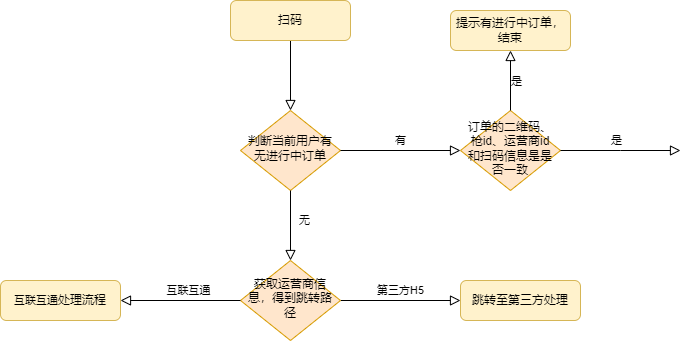
The draw.io diagram png/扫码充电流程.png in ren9901/tourism-j2ee-wx, before a commit. Source tidied: cells renumbered, new cells last; positions are measured from the earlier drawing's top-left corner, leaving out a move shared by most shapes.
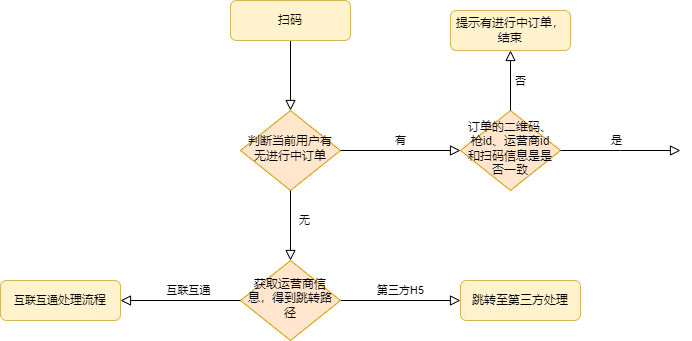
After the commit.

Commit message:
更新扫码充电流程.png

Change to the diagram source:
```diff
@@ -58,9 +58,9 @@
     <mxCell id="17" style="rounded=0;html=1;jettySize=auto;fontSize=11;endArrow=block;endFill=0;endSize=8;strokeWidth=1;shadow=0;labelBackgroundColor=none;edgeStyle=orthogonalEdgeStyle;exitX=0.5;exitY=0;exitDx=0;exitDy=0;entryX=0.5;entryY=1;entryDx=0;entryDy=0;" parent="1" edge="1" source="14" target="19">
       <mxGeometry relative="1" as="geometry" />
     </mxCell>
-    <mxCell id="18" value="是" style="edgeLabel;html=1;align=center;verticalAlign=middle;" parent="17" vertex="1">
+    <mxCell id="18" value="否" style="edgeLabel;html=1;align=center;verticalAlign=middle;" parent="17" vertex="1">
       <mxGeometry x="-0.23" y="4" relative="1" as="geometry">
-        <mxPoint x="10" y="-6" as="offset" />
+        <mxPoint x="14" y="-6" as="offset" />
       </mxGeometry>
     </mxCell>
     <mxCell id="19" value="提示有进行中订单，结束" style="rounded=1;whiteSpace=wrap;html=1;fontSize=12;glass=0;strokeWidth=1;shadow=0;fillColor=#fff2cc;strokeColor=#d6b656;" parent="1" vertex="1">
```
